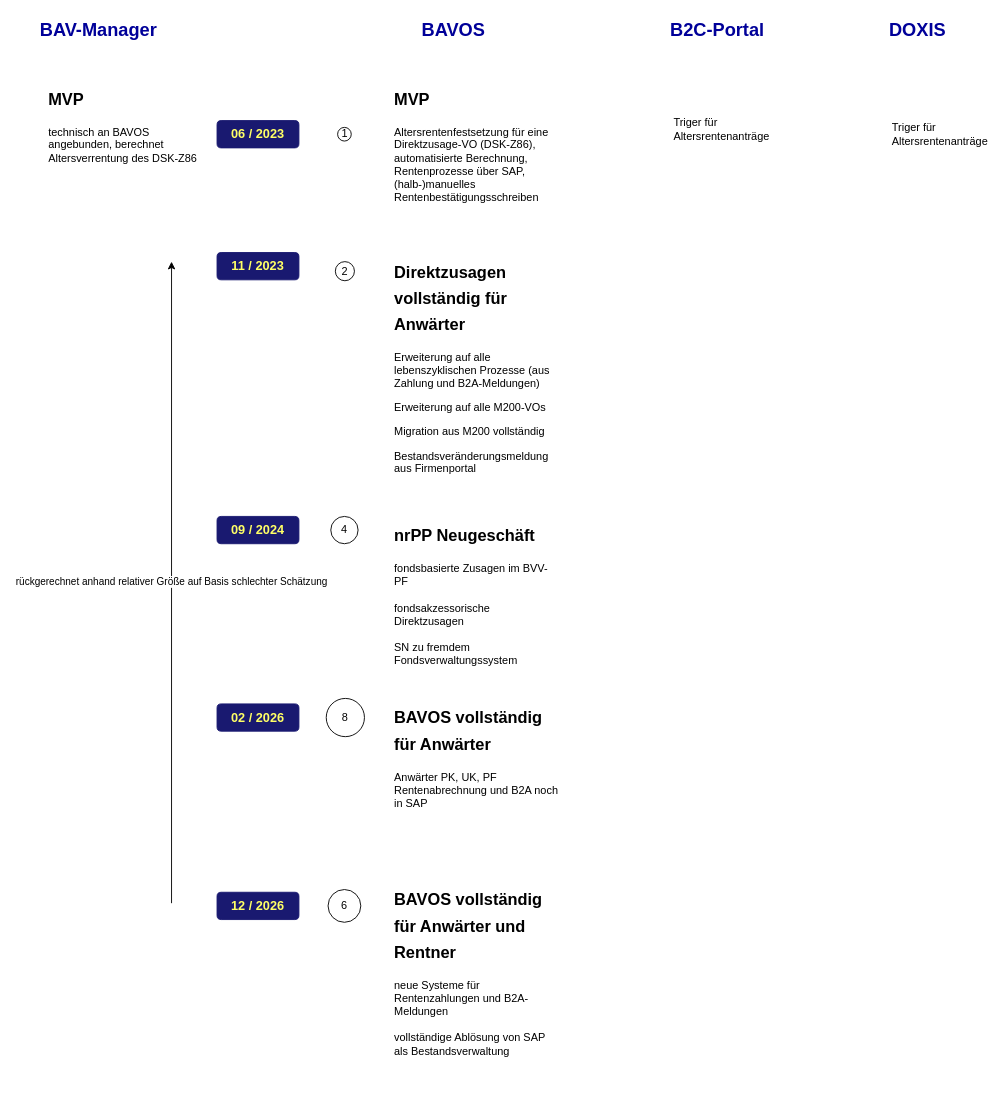
Earlier version of the draw.io diagram ITNEXT Roadmap.drawio (tzepter/diagrams). Source tidied: cells renumbered, new cells numbered last; positions are measured from the earlier drawing's top-left corner, leaving out a move shared by most shapes. Both pictures are drawn from the tidied source at 91%, with x=0, y=0 at pixel (25, 15).
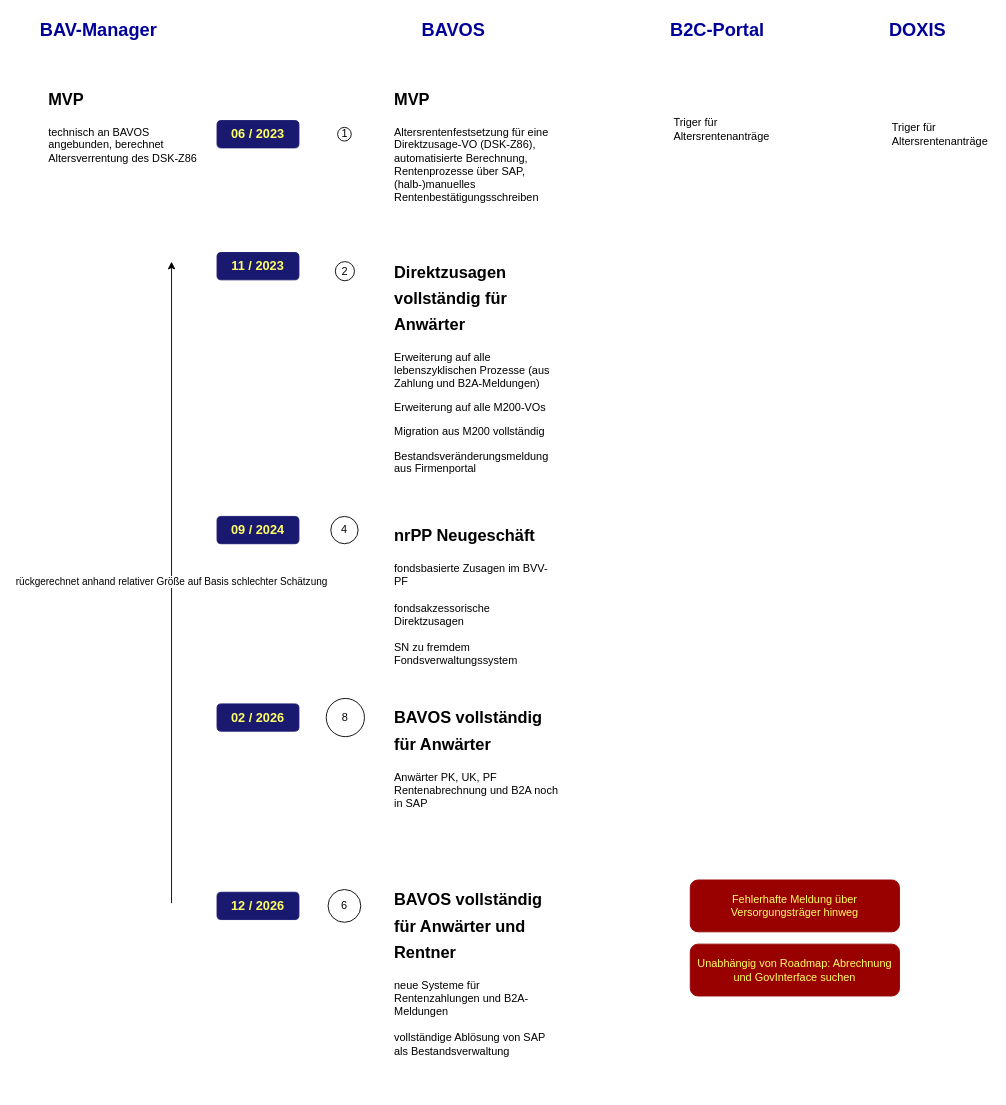
The same page after the edit.

Commit message:
Warnungen aufgenommen

Diff of the diagram source:
```diff
@@
+    <mxCell id="25" value="Fehlerhafte Meldung über Versorgungsträger hinweg" style="rounded=1;whiteSpace=wrap;html=1;fontColor=#ffff66;fillColor=#990000;strokeColor=#990000;" parent="1" vertex="1">
+      <mxGeometry x="730" y="949.5" width="230" height="57" as="geometry" />
+    </mxCell>
+    <mxCell id="26" value="&lt;div&gt;Unabhängig von Roadmap: Abrechnung und GovInterface suchen&lt;/div&gt;" style="rounded=1;whiteSpace=wrap;html=1;fontColor=#ffff66;fillColor=#990000;strokeColor=#990000;" parent="1" vertex="1">
+      <mxGeometry x="730" y="1020" width="230" height="57" as="geometry" />
+    </mxCell>
```
